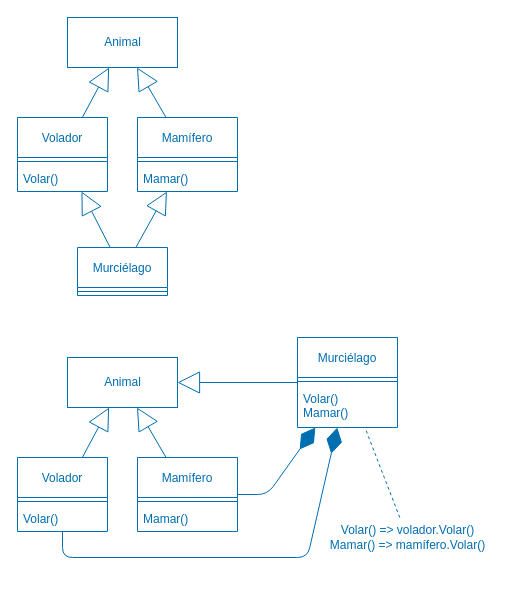
Above: diagrams/Class_Diagram_Composition_Multiple_Inheritance.drawio in ucudal/ANDIS_Conceptos (draw.io), before the change. Source tidied: cells renumbered, new cells numbered last; positions are measured from the earlier drawing's top-left corner, leaving out a move shared by most shapes. Both pictures are drawn from the tidied source at 100%, with x=0, y=0 at pixel (17, 17).
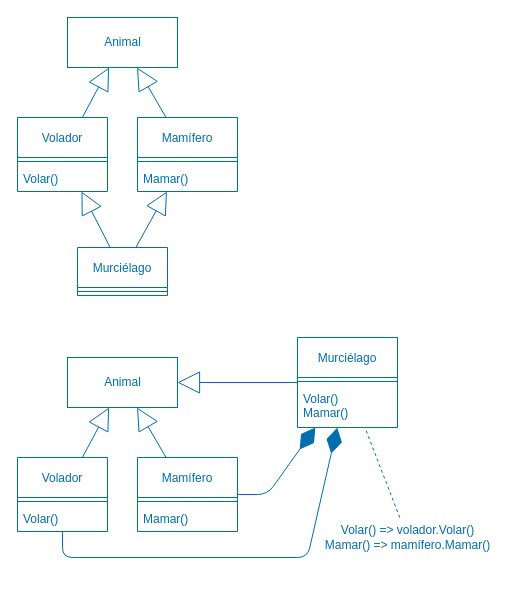
Above is the later version.

Commit message (it also covers changes not shown here):
Resolved merge conflicts

What changed in the source:
```diff
@@
-    <mxCell id="30" value="Volar() =&amp;gt; volador.Volar()&lt;br&gt;&lt;div style=&quot;text-align: left;&quot;&gt;&lt;span style=&quot;background-color: initial;&quot;&gt;Mamar() =&amp;gt; mamífero.Volar()&lt;/span&gt;&lt;/div&gt;" style="text;html=1;align=center;verticalAlign=middle;points=[];strokeColor=none;fillColor=none;fontColor=#006EAF;" parent="1" vertex="1">
-      <mxGeometry x="300" y="500" width="180" height="40" as="geometry" />
+    <mxCell id="30" value="Volar() =&amp;gt; volador.Volar()&lt;br&gt;&lt;div style=&quot;text-align: left;&quot;&gt;&lt;span style=&quot;background-color: initial;&quot;&gt;Mamar() =&amp;gt; mamífero.Mamar()&lt;/span&gt;&lt;/div&gt;" style="text;html=1;align=center;verticalAlign=middle;points=[];strokeColor=none;fillColor=none;fontColor=#006EAF;" parent="1" vertex="1">
+      <mxGeometry x="295" y="500" width="190" height="40" as="geometry" />
     </mxCell>
```
